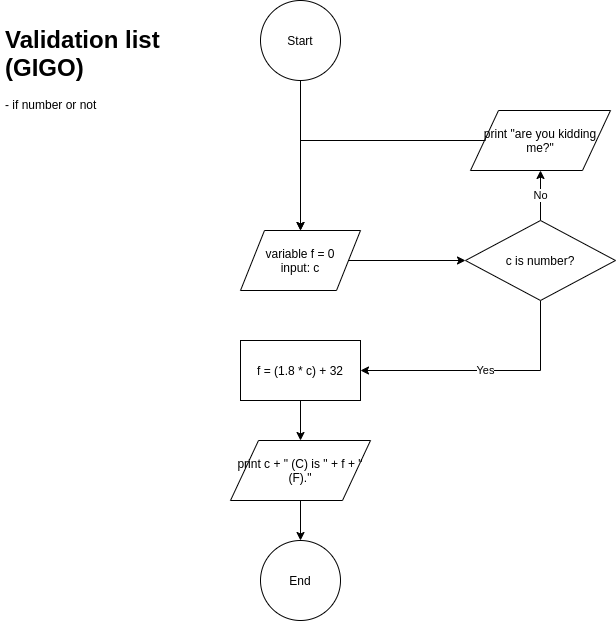
This is CelToFah.png from stsiwo/FlowCharts_IRC110, a draw.io export, as it was before one commit. Source tidied: cells renumbered, new cells last; positions are measured from the earlier drawing's top-left corner, leaving out a move shared by most shapes.
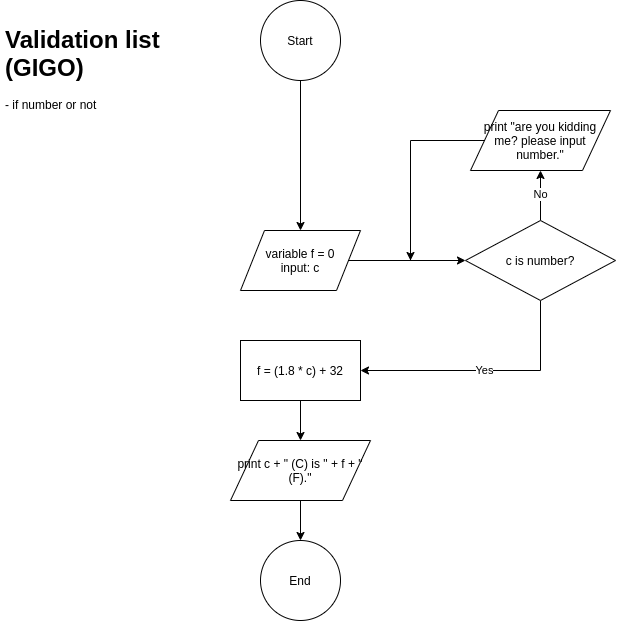
The same diagram one commit later.

Change to the diagram source:
```diff
@@ -42,10 +42,16 @@
     <mxCell id="13" value="c is number?" style="rhombus;whiteSpace=wrap;html=1;" parent="1" vertex="1">
       <mxGeometry x="465" y="220" width="150" height="80" as="geometry" />
     </mxCell>
-    <mxCell id="14" style="edgeStyle=orthogonalEdgeStyle;rounded=0;jettySize=auto;html=1;entryX=0.5;entryY=0;entryDx=0;entryDy=0;" parent="1" edge="1" source="15" target="5">
-      <mxGeometry relative="1" as="geometry" />
+    <mxCell id="14" style="edgeStyle=orthogonalEdgeStyle;rounded=0;jettySize=auto;html=1;" parent="1" edge="1" source="15">
+      <mxGeometry relative="1" as="geometry">
+        <mxPoint x="410" y="260" as="targetPoint" />
+        <Array as="points">
+          <mxPoint x="410" y="140" />
+          <mxPoint x="410" y="260" />
+        </Array>
+      </mxGeometry>
     </mxCell>
-    <mxCell id="15" value="print &quot;are you kidding me?&quot;" style="shape=parallelogram;perimeter=parallelogramPerimeter;whiteSpace=wrap;html=1;" parent="1" vertex="1">
+    <mxCell id="15" value="print &quot;are you kidding me? please input number.&quot;" style="shape=parallelogram;perimeter=parallelogramPerimeter;whiteSpace=wrap;html=1;" parent="1" vertex="1">
       <mxGeometry x="470" y="110" width="140" height="60" as="geometry" />
     </mxCell>
     <mxCell id="16" value="&lt;h1&gt;Validation list (GIGO)&lt;/h1&gt;&lt;p&gt;- if number or not&lt;/p&gt;" style="text;html=1;strokeColor=none;fillColor=none;spacing=5;spacingTop=-20;whiteSpace=wrap;overflow=hidden;rounded=0;" parent="1" vertex="1">
```
